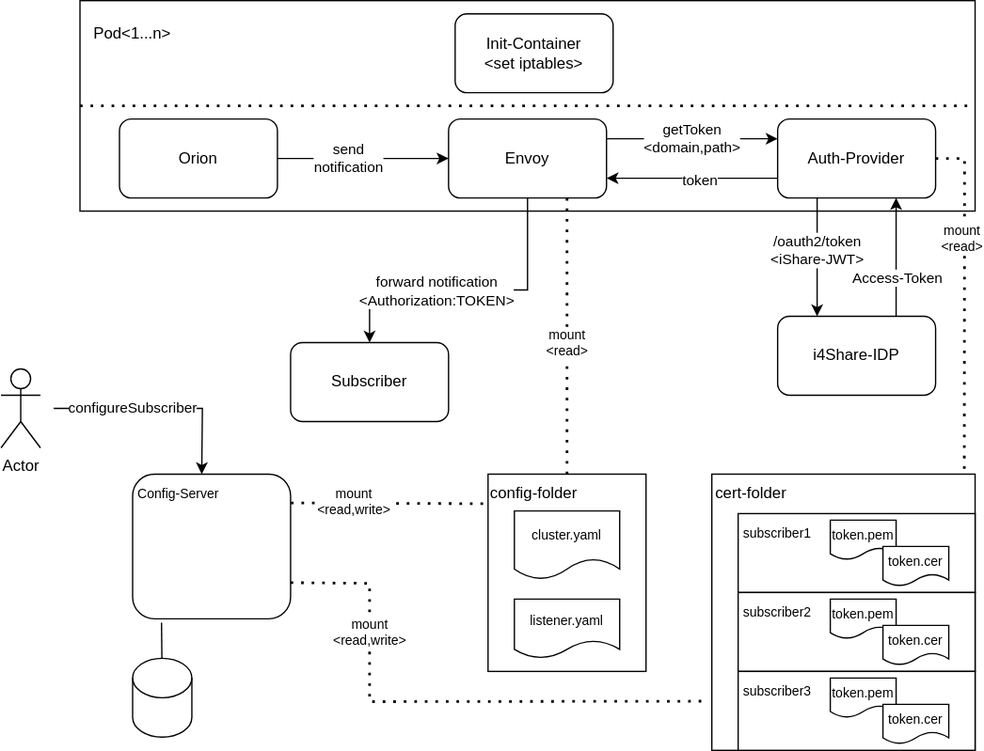
FIWARE/endpoint-auth-service keeps this draw.io diagram as doc/arch-overview.svg. Above is the earlier version. Source tidied: cells renumbered, new cells last; positions are measured from the earlier drawing's top-left corner, leaving out a move shared by most shapes.
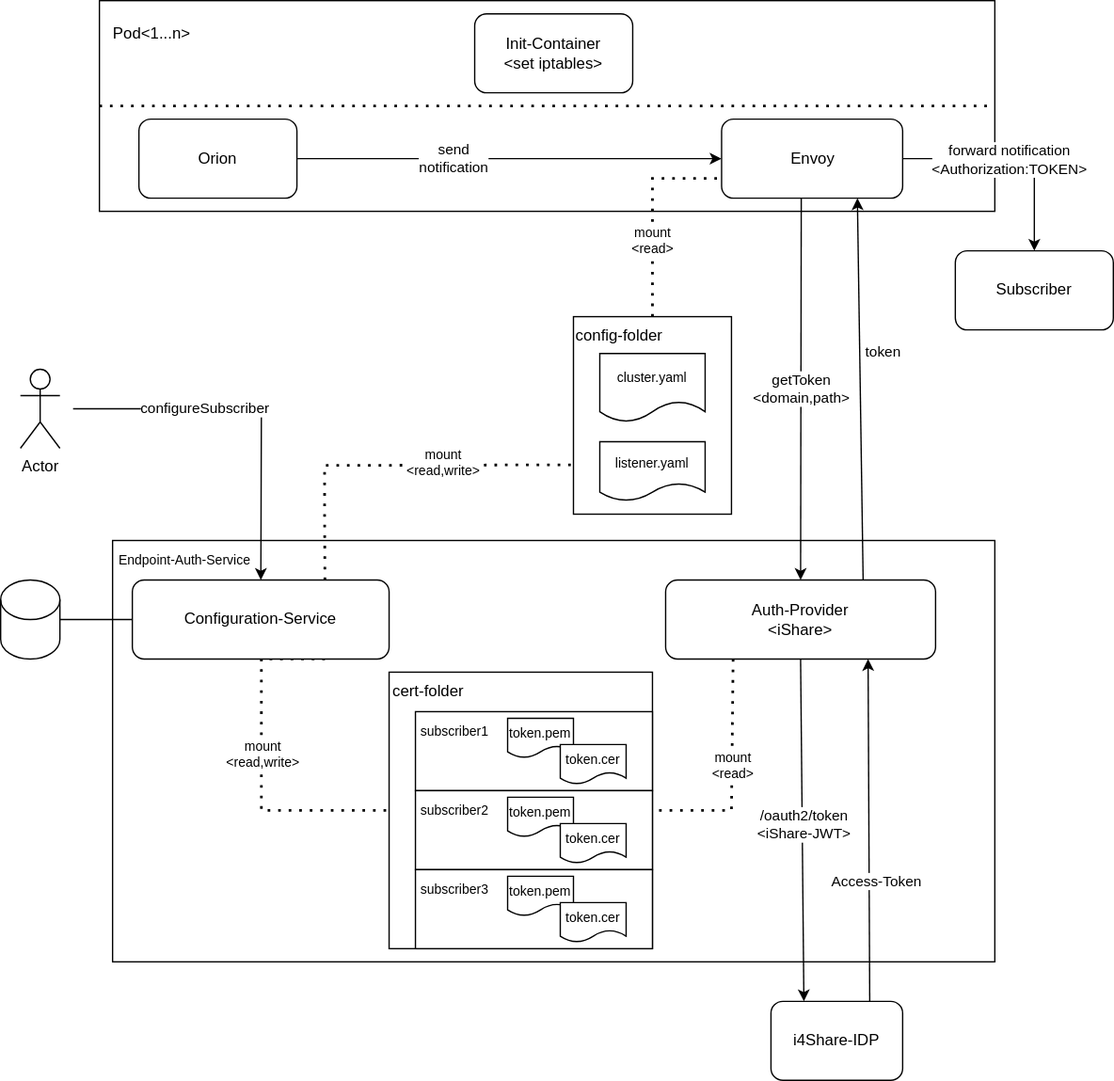
Above is the later version.

Change to the diagram source:
```diff
@@ -2,6 +2,9 @@
   <root>
     <mxCell id="0" />
     <mxCell id="1" parent="0" />
+    <mxCell id="53" style="rounded=0;whiteSpace=wrap;html=1;" parent="1" vertex="1">
+      <mxGeometry x="70" y="410" width="670" height="320" as="geometry" />
+    </mxCell>
     <mxCell id="2" style="rounded=0;whiteSpace=wrap;html=1;" parent="1" vertex="1">
       <mxGeometry x="60" width="680" height="160" as="geometry" />
     </mxCell>
@@ -9,11 +12,8 @@
       <mxGeometry x="90" y="90" width="120" height="60" as="geometry" />
     </mxCell>
     <mxCell id="4" value="Envoy" style="rounded=1;whiteSpace=wrap;html=1;" parent="1" vertex="1">
-      <mxGeometry x="340" y="90" width="120" height="60" as="geometry" />
+      <mxGeometry x="532.5" y="90" width="137.5" height="60" as="geometry" />
     </mxCell>
-    <mxCell id="5" value="Auth-Provider" style="rounded=1;whiteSpace=wrap;html=1;" parent="1" vertex="1">
-      <mxGeometry x="590" y="90" width="120" height="60" as="geometry" />
-    </mxCell>
     <mxCell id="6" style="endArrow=none;dashed=1;html=1;dashPattern=1 3;strokeWidth=2;rounded=0;exitX=0;exitY=0.5;exitDx=0;exitDy=0;entryX=1;entryY=0.5;entryDx=0;entryDy=0;" parent="1" edge="1" source="2" target="2">
       <mxGeometry relative="1" as="geometry" />
     </mxCell>
@@ -32,26 +32,29 @@
       </mxGeometry>
     </mxCell>
     <mxCell id="11" value="Subscriber" style="rounded=1;whiteSpace=wrap;html=1;" parent="1" vertex="1">
-      <mxGeometry x="220" y="260" width="120" height="60" as="geometry" />
+      <mxGeometry x="710" y="190" width="120" height="60" as="geometry" />
     </mxCell>
-    <mxCell id="12" style="endArrow=classic;html=1;rounded=0;exitX=0.5;exitY=1;exitDx=0;exitDy=0;entryX=0.5;entryY=0;entryDx=0;entryDy=0;" parent="1" edge="1" source="4" target="11">
+    <mxCell id="12" style="endArrow=classic;html=1;rounded=0;entryX=0.5;entryY=0;entryDx=0;entryDy=0;exitX=1;exitY=0.5;exitDx=0;exitDy=0;" parent="1" edge="1" source="4" target="11">
       <mxGeometry relative="1" as="geometry">
         <Array as="points">
-          <mxPoint x="400" y="220" />
-          <mxPoint x="280" y="220" />
+          <mxPoint x="770" y="120" />
         </Array>
       </mxGeometry>
     </mxCell>
     <mxCell id="13" value="&lt;div&gt;forward notification&lt;/div&gt;&lt;div&gt;&amp;lt;Authorization:TOKEN&amp;gt;&lt;br&gt;&lt;/div&gt;" style="edgeLabel;html=1;align=center;verticalAlign=middle;" parent="12" vertex="1">
       <mxGeometry x="-0.38" relative="1" as="geometry">
-        <mxPoint x="-69" as="offset" />
+        <mxPoint x="27" as="offset" />
       </mxGeometry>
     </mxCell>
-    <mxCell id="14" value="&lt;div&gt;getToken&lt;/div&gt;&lt;div&gt;&amp;lt;domain,path&amp;gt;&lt;/div&gt;" style="endArrow=classic;html=1;rounded=0;exitX=1;exitY=0.25;exitDx=0;exitDy=0;entryX=0;entryY=0.25;entryDx=0;entryDy=0;" parent="1" edge="1" source="4" target="5">
-      <mxGeometry relative="1" as="geometry" />
+    <mxCell id="14" value="&lt;div&gt;getToken&lt;/div&gt;&lt;div&gt;&amp;lt;domain,path&amp;gt;&lt;/div&gt;" style="endArrow=classic;html=1;rounded=0;entryX=0.5;entryY=0;entryDx=0;entryDy=0;" parent="1" edge="1" target="54">
+      <mxGeometry relative="1" as="geometry">
+        <mxPoint x="593" y="150" as="sourcePoint" />
+      </mxGeometry>
     </mxCell>
-    <mxCell id="15" style="endArrow=classic;html=1;rounded=0;exitX=0;exitY=0.75;exitDx=0;exitDy=0;entryX=1;entryY=0.75;entryDx=0;entryDy=0;" parent="1" edge="1" source="5" target="4">
-      <mxGeometry relative="1" as="geometry" />
+    <mxCell id="15" style="endArrow=classic;html=1;rounded=0;entryX=0.75;entryY=1;entryDx=0;entryDy=0;" parent="1" edge="1" target="4">
+      <mxGeometry relative="1" as="geometry">
+        <mxPoint x="640" y="440" as="sourcePoint" />
+      </mxGeometry>
     </mxCell>
     <mxCell id="16" value="token" style="edgeLabel;html=1;align=center;verticalAlign=middle;" parent="15" vertex="1">
       <mxGeometry x="0.2" y="1" relative="1" as="geometry">
@@ -59,33 +62,90 @@
       </mxGeometry>
     </mxCell>
     <mxCell id="17" value="i4Share-IDP" style="rounded=1;whiteSpace=wrap;html=1;" parent="1" vertex="1">
-      <mxGeometry x="590" y="240" width="120" height="60" as="geometry" />
+      <mxGeometry x="570" y="760" width="100" height="60" as="geometry" />
     </mxCell>
+    <mxCell id="43" value="&lt;div&gt;mount&lt;/div&gt;&lt;div&gt;&amp;lt;read&amp;gt;&lt;br&gt;&lt;/div&gt;" style="endArrow=none;dashed=1;html=1;dashPattern=1 3;strokeWidth=2;rounded=0;fontSize=10;exitX=0.5;exitY=0;exitDx=0;exitDy=0;entryX=0;entryY=0.75;entryDx=0;entryDy=0;" parent="1" edge="1" source="39" target="4">
+      <mxGeometry x="-0.26" relative="1" as="geometry">
+        <Array as="points">
+          <mxPoint x="480" y="180" />
+          <mxPoint x="480" y="135" />
+        </Array>
+      </mxGeometry>
+    </mxCell>
+    <mxCell id="46" style="endArrow=none;dashed=1;html=1;dashPattern=1 3;strokeWidth=2;rounded=0;fontSize=10;entryX=0;entryY=0.75;entryDx=0;entryDy=0;exitX=0.75;exitY=0;exitDx=0;exitDy=0;" parent="1" edge="1" source="55" target="39">
+      <mxGeometry relative="1" as="geometry">
+        <Array as="points">
+          <mxPoint x="231" y="390" />
+          <mxPoint x="231" y="353" />
+        </Array>
+      </mxGeometry>
+    </mxCell>
+    <mxCell id="47" value="&lt;div&gt;mount&lt;/div&gt;&lt;div&gt;&amp;lt;read,write&amp;gt;&lt;br&gt;&lt;/div&gt;" style="edgeLabel;html=1;align=center;verticalAlign=middle;fontSize=10;" parent="46" vertex="1">
+      <mxGeometry x="-0.37" y="2" relative="1" as="geometry">
+        <mxPoint x="91" y="-4" as="offset" />
+      </mxGeometry>
+    </mxCell>
+    <mxCell id="48" value="&lt;div&gt;mount&lt;/div&gt;&lt;div&gt;&amp;lt;read,write&amp;gt;&lt;br&gt;&lt;/div&gt;" style="endArrow=none;dashed=1;html=1;dashPattern=1 3;strokeWidth=2;rounded=0;fontSize=10;entryX=0;entryY=0.5;entryDx=0;entryDy=0;exitX=0.75;exitY=1;exitDx=0;exitDy=0;" parent="1" edge="1" source="55" target="24">
+      <mxGeometry x="-0.08" y="1" relative="1" as="geometry">
+        <Array as="points">
+          <mxPoint x="183" y="500" />
+          <mxPoint x="183" y="615" />
+        </Array>
+      </mxGeometry>
+    </mxCell>
+    <mxCell id="49" style="shape=cylinder3;whiteSpace=wrap;html=1;boundedLbl=1;backgroundOutline=1;size=15;" parent="1" vertex="1">
+      <mxGeometry x="-15" y="440" width="45" height="60" as="geometry" />
+    </mxCell>
+    <mxCell id="50" style="endArrow=none;html=1;rounded=0;entryX=0;entryY=0.5;entryDx=0;entryDy=0;" parent="1" edge="1" source="49" target="55">
+      <mxGeometry relative="1" as="geometry" />
+    </mxCell>
+    <mxCell id="51" value="configureSubscriber" style="endArrow=classic;html=1;rounded=0;" parent="1" edge="1" target="55">
+      <mxGeometry x="-0.26" relative="1" as="geometry">
+        <mxPoint x="40" y="310" as="sourcePoint" />
+        <Array as="points">
+          <mxPoint x="145" y="310" />
+          <mxPoint x="183" y="310" />
+        </Array>
+      </mxGeometry>
+    </mxCell>
+    <mxCell id="52" value="Actor" style="shape=umlActor;verticalLabelPosition=bottom;verticalAlign=top;html=1;" parent="1" vertex="1">
+      <mxGeometry y="280" width="30" height="60" as="geometry" />
+    </mxCell>
+    <mxCell id="54" value="&lt;div&gt;Auth-Provider&lt;/div&gt;&lt;div&gt;&amp;lt;iShare&amp;gt;&lt;/div&gt;" style="rounded=1;whiteSpace=wrap;html=1;" parent="1" vertex="1">
+      <mxGeometry x="490" y="440" width="205" height="60" as="geometry" />
+    </mxCell>
+    <mxCell id="55" value="Configuration-Service" style="rounded=1;whiteSpace=wrap;html=1;" parent="1" vertex="1">
+      <mxGeometry x="85" y="440" width="195" height="60" as="geometry" />
+    </mxCell>
+    <mxCell id="45" value="Endpoint-Auth-Service" style="text;html=1;strokeColor=none;fillColor=none;align=center;verticalAlign=middle;whiteSpace=wrap;rounded=0;fontSize=10;" parent="1" vertex="1">
+      <mxGeometry x="70" y="410" width="110" height="30" as="geometry" />
+    </mxCell>
+    <mxCell id="21" style="endArrow=none;dashed=1;html=1;dashPattern=1 3;strokeWidth=2;rounded=0;fontSize=10;exitX=0.25;exitY=1;exitDx=0;exitDy=0;" parent="1" edge="1" source="54">
+      <mxGeometry relative="1" as="geometry">
+        <mxPoint x="480" y="615" as="targetPoint" />
+        <Array as="points">
+          <mxPoint x="540" y="615" />
+        </Array>
+      </mxGeometry>
+    </mxCell>
+    <mxCell id="22" value="&lt;div&gt;mount&lt;/div&gt;&lt;div&gt;&amp;lt;read&amp;gt;&lt;br&gt;&lt;/div&gt;" style="edgeLabel;html=1;align=center;verticalAlign=middle;fontSize=10;" parent="21" vertex="1">
+      <mxGeometry x="0.01" y="2" relative="1" as="geometry">
+        <mxPoint x="-2" y="-8" as="offset" />
+      </mxGeometry>
+    </mxCell>
-    <mxCell id="18" value="&lt;div&gt;/oauth2/token&lt;/div&gt;&lt;div&gt;&amp;lt;iShare-JWT&amp;gt;&lt;br&gt;&lt;/div&gt;" style="endArrow=classic;html=1;rounded=0;exitX=0.25;exitY=1;exitDx=0;exitDy=0;entryX=0.25;entryY=0;entryDx=0;entryDy=0;" parent="1" edge="1" source="5" target="17">
-      <mxGeometry x="-0.11" relative="1" as="geometry" />
+    <mxCell id="18" value="&lt;div&gt;/oauth2/token&lt;/div&gt;&lt;div&gt;&amp;lt;iShare-JWT&amp;gt;&lt;br&gt;&lt;/div&gt;" style="endArrow=classic;html=1;rounded=0;entryX=0.25;entryY=0;entryDx=0;entryDy=0;exitX=0.5;exitY=1;exitDx=0;exitDy=0;" parent="1" edge="1" source="54" target="17">
+      <mxGeometry x="-0.03" y="1" relative="1" as="geometry" />
     </mxCell>
-    <mxCell id="19" style="endArrow=classic;html=1;rounded=0;exitX=0.75;exitY=0;exitDx=0;exitDy=0;entryX=0.75;entryY=1;entryDx=0;entryDy=0;" parent="1" edge="1" source="17" target="5">
+    <mxCell id="19" style="endArrow=classic;html=1;rounded=0;exitX=0.75;exitY=0;exitDx=0;exitDy=0;entryX=0.75;entryY=1;entryDx=0;entryDy=0;" parent="1" edge="1" source="17" target="54">
       <mxGeometry relative="1" as="geometry" />
     </mxCell>
     <mxCell id="20" value="Access-Token" style="edgeLabel;html=1;align=center;verticalAlign=middle;" parent="19" vertex="1">
       <mxGeometry x="-0.18" relative="1" as="geometry">
-        <mxPoint y="7" as="offset" />
+        <mxPoint x="5" y="14" as="offset" />
       </mxGeometry>
     </mxCell>
-    <mxCell id="21" style="endArrow=none;dashed=1;html=1;dashPattern=1 3;strokeWidth=2;rounded=0;fontSize=10;exitX=1;exitY=0.5;exitDx=0;exitDy=0;entryX=0.959;entryY=-0.002;entryDx=0;entryDy=0;entryPerimeter=0;" parent="1" edge="1" source="5" target="24">
-      <mxGeometry relative="1" as="geometry">
-        <Array as="points">
-          <mxPoint x="732" y="120" />
-        </Array>
-      </mxGeometry>
-    </mxCell>
-    <mxCell id="22" value="&lt;div&gt;mount&lt;/div&gt;&lt;div&gt;&amp;lt;read&amp;gt;&lt;br&gt;&lt;/div&gt;" style="edgeLabel;html=1;align=center;verticalAlign=middle;fontSize=10;" parent="21" vertex="1">
-      <mxGeometry x="0.01" y="2" relative="1" as="geometry">
-        <mxPoint x="-4" y="-50" as="offset" />
-      </mxGeometry>
-    </mxCell>
     <mxCell id="23" style="group;" parent="1" vertex="1">
-      <mxGeometry x="540" y="360" width="200" height="210" as="geometry" />
+      <mxGeometry x="280" y="510" width="200" height="210" as="geometry" />
     </mxCell>
     <mxCell id="24" style="rounded=0;whiteSpace=wrap;html=1;" parent="23" vertex="1">
       <mxGeometry width="200" height="210" as="geometry" />
@@ -129,65 +189,20 @@
     <mxCell id="37" value="token.cer" style="shape=document;whiteSpace=wrap;html=1;boundedLbl=1;fontSize=10;" parent="23" vertex="1">
       <mxGeometry x="130" y="175" width="50" height="30" as="geometry" />
     </mxCell>
-    <mxCell id="38" style="group;" parent="1" vertex="1">
-      <mxGeometry x="290" y="360" width="200" height="210" as="geometry" />
-    </mxCell>
+    <mxCell id="56" style="group;" parent="1" vertex="1">
+      <mxGeometry x="420" y="240" width="120" height="150" as="geometry" />
+    </mxCell>
-    <mxCell id="39" style="rounded=0;whiteSpace=wrap;html=1;" parent="38" vertex="1">
-      <mxGeometry x="80" width="120" height="150" as="geometry" />
+    <mxCell id="39" style="rounded=0;whiteSpace=wrap;html=1;" parent="56" vertex="1">
+      <mxGeometry width="120" height="150" as="geometry" />
     </mxCell>
-    <mxCell id="40" value="config-folder" style="text;html=1;strokeColor=none;fillColor=none;align=center;verticalAlign=middle;whiteSpace=wrap;rounded=0;" parent="38" vertex="1">
-      <mxGeometry x="80" width="70" height="30" as="geometry" />
+    <mxCell id="40" value="config-folder" style="text;html=1;strokeColor=none;fillColor=none;align=center;verticalAlign=middle;whiteSpace=wrap;rounded=0;" parent="56" vertex="1">
+      <mxGeometry width="70" height="30" as="geometry" />
     </mxCell>
-    <mxCell id="41" value="listener.yaml" style="shape=document;whiteSpace=wrap;html=1;boundedLbl=1;fontSize=10;" parent="38" vertex="1">
-      <mxGeometry x="100" y="95" width="80" height="45" as="geometry" />
+    <mxCell id="41" value="listener.yaml" style="shape=document;whiteSpace=wrap;html=1;boundedLbl=1;fontSize=10;" parent="56" vertex="1">
+      <mxGeometry x="20" y="95" width="80" height="45" as="geometry" />
     </mxCell>
-    <mxCell id="42" value="cluster.yaml" style="shape=document;whiteSpace=wrap;html=1;boundedLbl=1;fontSize=10;" parent="38" vertex="1">
-      <mxGeometry x="100" y="28" width="80" height="52" as="geometry" />
+    <mxCell id="42" value="cluster.yaml" style="shape=document;whiteSpace=wrap;html=1;boundedLbl=1;fontSize=10;" parent="56" vertex="1">
+      <mxGeometry x="20" y="28" width="80" height="52" as="geometry" />
     </mxCell>
-    <mxCell id="43" value="&lt;div&gt;mount&lt;/div&gt;&lt;div&gt;&amp;lt;read&amp;gt;&lt;br&gt;&lt;/div&gt;" style="endArrow=none;dashed=1;html=1;dashPattern=1 3;strokeWidth=2;rounded=0;fontSize=10;exitX=0.5;exitY=0;exitDx=0;exitDy=0;entryX=0.75;entryY=1;entryDx=0;entryDy=0;" parent="1" edge="1" source="39" target="4">
-      <mxGeometry x="-0.05" relative="1" as="geometry">
-        <Array as="points">
-          <mxPoint x="430" y="220" />
-          <mxPoint x="430" y="180" />
-        </Array>
-      </mxGeometry>
-    </mxCell>
-    <mxCell id="44" style="rounded=1;whiteSpace=wrap;html=1;fontSize=10;" parent="1" vertex="1">
-      <mxGeometry x="100" y="360" width="120" height="110" as="geometry" />
-    </mxCell>
-    <mxCell id="45" value="Config-Server" style="text;html=1;strokeColor=none;fillColor=none;align=center;verticalAlign=middle;whiteSpace=wrap;rounded=0;fontSize=10;" parent="1" vertex="1">
-      <mxGeometry x="100" y="360" width="70" height="30" as="geometry" />
-    </mxCell>
-    <mxCell id="46" style="endArrow=none;dashed=1;html=1;dashPattern=1 3;strokeWidth=2;rounded=0;fontSize=10;exitX=1.002;exitY=0.199;exitDx=0;exitDy=0;exitPerimeter=0;entryX=0;entryY=0.75;entryDx=0;entryDy=0;" parent="1" edge="1" source="44" target="40">
-      <mxGeometry relative="1" as="geometry" />
-    </mxCell>
-    <mxCell id="47" value="&lt;div&gt;mount&lt;/div&gt;&lt;div&gt;&amp;lt;read,write&amp;gt;&lt;br&gt;&lt;/div&gt;" style="edgeLabel;html=1;align=center;verticalAlign=middle;fontSize=10;" parent="46" vertex="1">
-      <mxGeometry x="-0.37" y="2" relative="1" as="geometry" />
-    </mxCell>
-    <mxCell id="48" value="&lt;div&gt;mount&lt;/div&gt;&lt;div&gt;&amp;lt;read,write&amp;gt;&lt;br&gt;&lt;/div&gt;" style="endArrow=none;dashed=1;html=1;dashPattern=1 3;strokeWidth=2;rounded=0;fontSize=10;exitX=1;exitY=0.75;exitDx=0;exitDy=0;entryX=-0.013;entryY=0.822;entryDx=0;entryDy=0;entryPerimeter=0;" parent="1" edge="1" source="44" target="24">
-      <mxGeometry x="-0.52" relative="1" as="geometry">
-        <Array as="points">
-          <mxPoint x="280" y="443" />
-          <mxPoint x="280" y="533" />
-        </Array>
-      </mxGeometry>
-    </mxCell>
-    <mxCell id="49" style="shape=cylinder3;whiteSpace=wrap;html=1;boundedLbl=1;backgroundOutline=1;size=15;" parent="1" vertex="1">
-      <mxGeometry x="100" y="500" width="45" height="60" as="geometry" />
-    </mxCell>
-    <mxCell id="50" style="endArrow=none;html=1;rounded=0;entryX=0.183;entryY=1.027;entryDx=0;entryDy=0;entryPerimeter=0;" parent="1" edge="1" source="49" target="44">
-      <mxGeometry relative="1" as="geometry" />
-    </mxCell>
-    <mxCell id="51" value="configureSubscriber" style="endArrow=classic;html=1;rounded=0;entryX=0.75;entryY=0;entryDx=0;entryDy=0;" parent="1" edge="1" target="45">
-      <mxGeometry x="-0.26" relative="1" as="geometry">
-        <mxPoint x="40" y="310" as="sourcePoint" />
-        <Array as="points">
-          <mxPoint x="153" y="310" />
-        </Array>
-      </mxGeometry>
-    </mxCell>
-    <mxCell id="52" value="Actor" style="shape=umlActor;verticalLabelPosition=bottom;verticalAlign=top;html=1;" parent="1" vertex="1">
-      <mxGeometry y="280" width="30" height="60" as="geometry" />
-    </mxCell>
   </root>
 </mxGraphModel>
```
